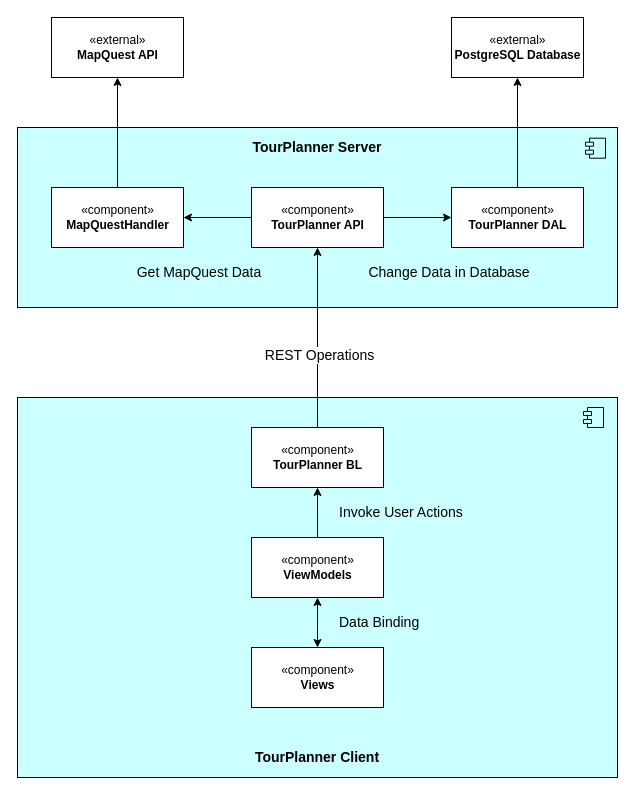
rasebdon/TourPlanner keeps this draw.io diagram as docs/application_architecture.drawio. Above is the earlier version. Source tidied: cells renumbered, new cells numbered last; positions are measured from the earlier drawing's top-left corner, leaving out a move shared by most shapes. Both pictures are drawn from the tidied source at 100%, with x=0, y=0 at pixel (17, 17).
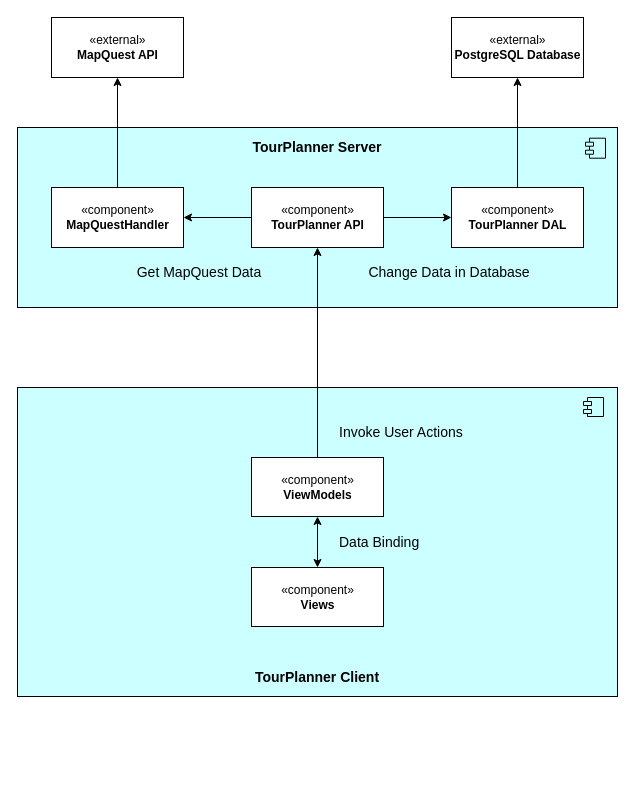
The same diagram, later.

Unchanged cells that the change refers to:
```xml
<mxCell id="18" value="«component»&lt;br&gt;&lt;b&gt;TourPlanner API&lt;/b&gt;" style="html=1;" parent="1" vertex="1">
  <mxGeometry x="234" y="170" width="132" height="60" as="geometry" />
</mxCell>
```

The edit, as a diff of the source:
```diff
@@
-    <mxCell id="2" style="group;fillColor=none;" parent="1" vertex="1">
-      <mxGeometry y="380" width="600" height="380" as="geometry" />
-    </mxCell>
-    <mxCell id="3" style="rounded=0;whiteSpace=wrap;html=1;gradientColor=none;fillColor=#CCFFFF;" parent="2" vertex="1">
-      <mxGeometry width="600" height="380" as="geometry" />
+    <mxCell id="3" style="rounded=0;whiteSpace=wrap;html=1;gradientColor=none;fillColor=#CCFFFF;" parent="1" vertex="1">
+      <mxGeometry y="370" width="600" height="309" as="geometry" />
     </mxCell>
-    <mxCell id="4" value="&lt;b style=&quot;font-size: 14px;&quot;&gt;TourPlanner Client&lt;/b&gt;" style="text;html=1;strokeColor=none;fillColor=none;align=center;verticalAlign=middle;whiteSpace=wrap;rounded=0;fontSize=14;" parent="2" vertex="1">
-      <mxGeometry x="194" y="340" width="212" height="40" as="geometry" />
-    </mxCell>
-    <mxCell id="5" style="shape=module;jettyWidth=8;jettyHeight=4;fillColor=#CCFFFF;gradientColor=none;" parent="2" vertex="1">
-      <mxGeometry x="566" y="10" width="20" height="20" as="geometry" />
-    </mxCell>
-    <mxCell id="6" value="Data Binding" style="text;html=1;strokeColor=none;fillColor=none;align=left;verticalAlign=middle;whiteSpace=wrap;rounded=0;fontSize=14;" parent="2" vertex="1">
-      <mxGeometry x="320" y="210" width="230" height="30" as="geometry" />
-    </mxCell>
-    <mxCell id="7" value="Invoke User Actions" style="text;html=1;strokeColor=none;fillColor=none;align=left;verticalAlign=middle;whiteSpace=wrap;rounded=0;fontSize=14;" parent="2" vertex="1">
-      <mxGeometry x="320" y="100" width="230" height="30" as="geometry" />
-    </mxCell>
@@
-    <mxCell id="23" style="edgeStyle=orthogonalEdgeStyle;rounded=0;jettySize=auto;html=1;startArrow=none;startFill=0;endArrow=classic;endFill=1;" parent="1" edge="1" source="25" target="18">
-      <mxGeometry relative="1" as="geometry" />
-    </mxCell>
-    <mxCell id="24" value="REST Operations" style="edgeLabel;html=1;align=center;verticalAlign=middle;fontSize=14;" parent="23" vertex="1">
-      <mxGeometry x="-0.19" y="-1" relative="1" as="geometry" />
-    </mxCell>
-    <mxCell id="25" value="«component»&lt;br&gt;&lt;b&gt;TourPlanner BL&lt;/b&gt;" style="html=1;" parent="1" vertex="1">
-      <mxGeometry x="234" y="410" width="132" height="60" as="geometry" />
-    </mxCell>
@@
-    <mxCell id="27" style="edgeStyle=orthogonalEdgeStyle;rounded=0;jettySize=auto;html=1;startArrow=none;startFill=0;endArrow=classic;endFill=1;" parent="1" edge="1" source="28" target="25">
+    <mxCell id="27" style="edgeStyle=orthogonalEdgeStyle;rounded=0;jettySize=auto;html=1;startArrow=none;startFill=0;endArrow=classic;endFill=1;" parent="1" edge="1" source="28" target="18">
       <mxGeometry relative="1" as="geometry" />
     </mxCell>
     <mxCell id="28" value="«component»&lt;br&gt;&lt;b&gt;ViewModels&lt;/b&gt;" style="html=1;" parent="1" vertex="1">
-      <mxGeometry x="234" y="520" width="132" height="60" as="geometry" />
+      <mxGeometry x="234" y="440" width="132" height="59" as="geometry" />
     </mxCell>
     <mxCell id="29" value="«component»&lt;br&gt;&lt;b&gt;Views&lt;/b&gt;" style="html=1;" parent="1" vertex="1">
-      <mxGeometry x="234" y="630" width="132" height="60" as="geometry" />
+      <mxGeometry x="234" y="550" width="132" height="59" as="geometry" />
     </mxCell>
+    <mxCell id="4" value="&lt;b style=&quot;font-size: 14px;&quot;&gt;TourPlanner Client&lt;/b&gt;" style="text;html=1;strokeColor=none;fillColor=none;align=center;verticalAlign=middle;whiteSpace=wrap;rounded=0;fontSize=14;" parent="1" vertex="1">
+      <mxGeometry x="194" y="640" width="212" height="39" as="geometry" />
+    </mxCell>
+    <mxCell id="5" style="shape=module;jettyWidth=8;jettyHeight=4;fillColor=#CCFFFF;gradientColor=none;" parent="1" vertex="1">
+      <mxGeometry x="566" y="380" width="20" height="19" as="geometry" />
+    </mxCell>
+    <mxCell id="6" value="Data Binding" style="text;html=1;strokeColor=none;fillColor=none;align=left;verticalAlign=middle;whiteSpace=wrap;rounded=0;fontSize=14;" parent="1" vertex="1">
+      <mxGeometry x="320" y="510" width="230" height="29" as="geometry" />
+    </mxCell>
+    <mxCell id="7" value="Invoke User Actions" style="text;html=1;strokeColor=none;fillColor=none;align=left;verticalAlign=middle;whiteSpace=wrap;rounded=0;fontSize=14;" parent="1" vertex="1">
+      <mxGeometry x="320" y="400" width="230" height="29" as="geometry" />
+    </mxCell>
```
